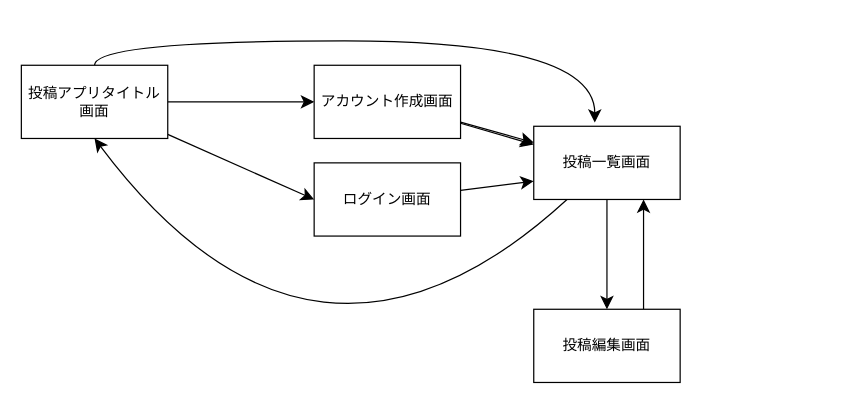
yoko-bessho/post-app-practice keeps this draw.io diagram as docs/13-3/post-screen-flow.drawio. Above is the earlier version. Source tidied: cells renumbered, new cells numbered last; positions are measured from the earlier drawing's top-left corner, leaving out a move shared by most shapes. Both pictures are drawn from the tidied source at 122%, with x=0, y=0 at pixel (21, 40).
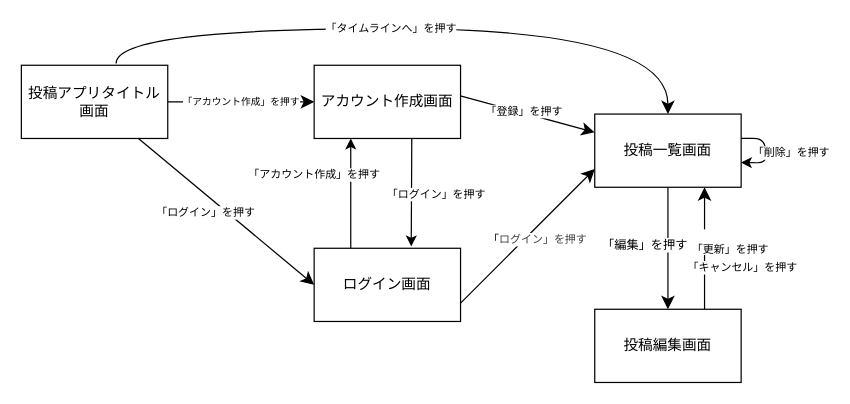
The same diagram, later.

Commit message (it also covers changes not shown here):
13-3: 投稿アプリの画面遷移ずを修正

Unchanged cells that the change refers to:
```xml
<mxCell id="11" value="アカウント作成画面" style="rounded=0;whiteSpace=wrap;html=1;" parent="1" vertex="1">
  <mxGeometry x="240" y="20" width="120" height="60" as="geometry" />
</mxCell>
<mxCell id="15" value="投稿アプリタイトル画面" style="rounded=0;whiteSpace=wrap;html=1;" parent="1" vertex="1">
  <mxGeometry y="20" width="120" height="60" as="geometry" />
</mxCell>
```

What changed in the source:
```diff
@@
-    <mxCell id="2" style="edgeStyle=none;curved=1;rounded=0;curveGeometry=1;jettySize=auto;html=1;entryX=0.75;entryY=1;entryDx=0;entryDy=0;fontSize=12;defaultLabelBackgroundColor=page;labelPadding=0 4;startSize=8;endSize=8;exitX=0.75;exitY=0;exitDx=0;exitDy=0;" parent="1" edge="1" source="3" target="6">
+    <mxCell id="2" style="edgeStyle=none;curved=1;rounded=0;curveGeometry=1;jettySize=auto;html=1;entryX=0.75;entryY=1;entryDx=0;entryDy=0;fontSize=9;defaultLabelBackgroundColor=page;labelPadding=0 4;startSize=8;endSize=8;exitX=0.75;exitY=0;exitDx=0;exitDy=0;" parent="1" edge="1" source="3" target="6">
       <mxGeometry relative="1" as="geometry" />
     </mxCell>
+    <mxCell id="16" value="「キャンセル」を押す" style="edgeLabel;html=1;align=center;verticalAlign=middle;inheritText=1;fontSize=9;defaultLabelBackgroundColor=page;labelPadding=0 4;" parent="2" vertex="1">
+      <mxGeometry x="0.01" relative="1" as="geometry">
+        <mxPoint x="30" y="16" as="offset" />
+      </mxGeometry>
+    </mxCell>
+    <mxCell id="17" value="&lt;div&gt;&lt;br&gt;&lt;/div&gt;&lt;div&gt;「更新」を押す&lt;/div&gt;" style="edgeLabel;html=1;align=center;verticalAlign=middle;inheritText=1;fontSize=9;defaultLabelBackgroundColor=page;labelPadding=0 4;" parent="2" vertex="1">
+      <mxGeometry x="0.09" y="2" relative="1" as="geometry">
+        <mxPoint x="22" y="-1" as="offset" />
+      </mxGeometry>
+    </mxCell>
     <mxCell id="3" value="投稿編集画面" style="rounded=0;whiteSpace=wrap;html=1;" parent="1" vertex="1">
-      <mxGeometry x="420" y="220" width="120" height="60" as="geometry" />
+      <mxGeometry x="470" y="220" width="120" height="60" as="geometry" />
     </mxCell>
-    <mxCell id="4" style="edgeStyle=none;curved=1;rounded=0;curveGeometry=1;jettySize=auto;html=1;entryX=0.5;entryY=1;entryDx=0;entryDy=0;fontSize=12;defaultLabelBackgroundColor=page;labelPadding=0 4;startSize=8;endSize=8;" parent="1" edge="1" source="6" target="15">
-      <mxGeometry relative="1" as="geometry">
-        <Array as="points">
-          <mxPoint x="240" y="320" />
-        </Array>
-      </mxGeometry>
-    </mxCell>
-    <mxCell id="5" style="edgeStyle=none;curved=1;rounded=0;curveGeometry=1;jettySize=auto;html=1;entryX=0.5;entryY=0;entryDx=0;entryDy=0;fontSize=12;defaultLabelBackgroundColor=page;labelPadding=0 4;startSize=8;endSize=8;" parent="1" edge="1" source="6" target="3">
+    <mxCell id="5" style="edgeStyle=none;curved=1;rounded=0;curveGeometry=1;jettySize=auto;html=1;entryX=0.5;entryY=0;entryDx=0;entryDy=0;fontSize=10;defaultLabelBackgroundColor=page;labelPadding=0 4;startSize=8;endSize=8;" parent="1" edge="1" source="6" target="3">
       <mxGeometry relative="1" as="geometry" />
     </mxCell>
+    <mxCell id="18" value="「編集」を押す" style="edgeLabel;html=1;align=center;verticalAlign=middle;inheritText=1;fontSize=10;defaultLabelBackgroundColor=page;labelPadding=0 4;" parent="5" vertex="1">
+      <mxGeometry x="-0.09" y="-2" relative="1" as="geometry">
+        <mxPoint x="-18" as="offset" />
+      </mxGeometry>
+    </mxCell>
     <mxCell id="6" value="投稿一覧画面" style="rounded=0;whiteSpace=wrap;html=1;" parent="1" vertex="1">
-      <mxGeometry x="420" y="70" width="120" height="60" as="geometry" />
+      <mxGeometry x="470" y="60" width="120" height="60" as="geometry" />
     </mxCell>
-    <mxCell id="7" style="edgeStyle=none;curved=1;rounded=0;curveGeometry=1;jettySize=auto;html=1;entryX=0;entryY=0.75;entryDx=0;entryDy=0;fontSize=12;defaultLabelBackgroundColor=page;labelPadding=0 4;startSize=8;endSize=8;" parent="1" edge="1" source="8" target="6">
+    <mxCell id="7" style="edgeStyle=none;curved=1;rounded=0;curveGeometry=1;jettySize=auto;html=1;entryX=0;entryY=0.75;entryDx=0;entryDy=0;fontSize=9;defaultLabelBackgroundColor=page;labelPadding=0 4;startSize=8;endSize=8;exitX=1;exitY=0.75;exitDx=0;exitDy=0;" parent="1" edge="1" source="8" target="6">
       <mxGeometry relative="1" as="geometry" />
     </mxCell>
+    <mxCell id="19" value="「&lt;span style=&quot;background-color: transparent; color: rgb(63, 63, 63);&quot;&gt;ログイン」を押す&lt;/span&gt;" style="edgeLabel;html=1;align=center;verticalAlign=middle;inheritText=1;fontSize=9;defaultLabelBackgroundColor=page;labelPadding=0 4;" parent="7" vertex="1">
+      <mxGeometry x="-0.07" relative="1" as="geometry">
+        <mxPoint x="12" y="-2" as="offset" />
+      </mxGeometry>
+    </mxCell>
+    <mxCell id="20" value="「アカウント作成」を押す" style="edgeStyle=none;html=1;entryX=0.5;entryY=1;entryDx=0;entryDy=0;fontSize=9;exitX=0.25;exitY=0;exitDx=0;exitDy=0;" parent="1" edge="1" source="8">
+      <mxGeometry x="0.33" y="30" relative="1" as="geometry">
+        <mxPoint x="270" y="80" as="targetPoint" />
+      </mxGeometry>
+    </mxCell>
     <mxCell id="8" value="ログイン画面" style="rounded=0;whiteSpace=wrap;html=1;" parent="1" vertex="1">
-      <mxGeometry x="240" y="100" width="120" height="60" as="geometry" />
+      <mxGeometry x="240" y="170" width="120" height="60" as="geometry" />
     </mxCell>
-    <mxCell id="9" style="edgeStyle=none;curved=1;rounded=0;curveGeometry=1;jettySize=auto;html=1;entryX=0;entryY=0.25;entryDx=0;entryDy=0;fontSize=12;defaultLabelBackgroundColor=page;labelPadding=0 4;startSize=8;endSize=8;" parent="1" edge="1" source="11" target="6">
+    <mxCell id="9" style="edgeStyle=none;curved=1;rounded=0;curveGeometry=1;jettySize=auto;html=1;entryX=0;entryY=0.25;entryDx=0;entryDy=0;fontSize=9;defaultLabelBackgroundColor=page;labelPadding=0 4;startSize=8;endSize=8;exitX=0.999;exitY=0.417;exitDx=0;exitDy=0;exitPerimeter=0;" parent="1" edge="1" source="11" target="6">
       <mxGeometry relative="1" as="geometry" />
     </mxCell>
-    <mxCell id="10" style="edgeStyle=none;curved=1;rounded=0;curveGeometry=1;jettySize=auto;html=1;fontSize=12;defaultLabelBackgroundColor=page;labelPadding=0 4;startSize=8;endSize=8;" parent="1" edge="1" source="11" target="6">
-      <mxGeometry relative="1" as="geometry" />
-    </mxCell>
+    <mxCell id="21" value="「登録」を押す" style="edgeLabel;html=1;align=center;verticalAlign=middle;inheritText=1;fontSize=9;defaultLabelBackgroundColor=page;labelPadding=0 4;" parent="9" vertex="1">
+      <mxGeometry x="-0.07" y="1" relative="1" as="geometry" />
+    </mxCell>
+    <mxCell id="22" style="edgeStyle=none;html=1;entryX=0.663;entryY=-0.025;entryDx=0;entryDy=0;fontSize=9;entryPerimeter=0;" parent="1" edge="1" target="8">
+      <mxGeometry x="-0.55" relative="1" as="geometry">
+        <mxPoint x="320" y="80" as="sourcePoint" />
+        <Array as="points">
+          <mxPoint x="320" y="90" />
+        </Array>
+      </mxGeometry>
+    </mxCell>
+    <mxCell id="23" value="「ログイン」を押す" style="edgeLabel;html=1;align=center;verticalAlign=middle;inheritText=1;fontSize=9;" parent="22" vertex="1">
+      <mxGeometry x="-0.57" y="1" relative="1" as="geometry">
+        <mxPoint x="19" y="26" as="offset" />
+      </mxGeometry>
+    </mxCell>
@@
-    <mxCell id="12" style="edgeStyle=none;curved=1;rounded=0;curveGeometry=1;jettySize=auto;html=1;entryX=0;entryY=0.5;entryDx=0;entryDy=0;fontSize=12;defaultLabelBackgroundColor=page;labelPadding=0 4;startSize=8;endSize=8;exitX=1;exitY=0.5;exitDx=0;exitDy=0;" parent="1" edge="1" source="15" target="11">
+    <mxCell id="12" value="「アカウント作成」を押す" style="edgeStyle=none;curved=1;rounded=0;curveGeometry=1;jettySize=auto;html=1;entryX=0;entryY=0.5;entryDx=0;entryDy=0;fontSize=8;defaultLabelBackgroundColor=page;labelPadding=0 4;startSize=8;endSize=8;exitX=1;exitY=0.5;exitDx=0;exitDy=0;" parent="1" edge="1" source="15" target="11">
       <mxGeometry relative="1" as="geometry" />
     </mxCell>
-    <mxCell id="13" style="edgeStyle=none;curved=1;rounded=0;curveGeometry=1;jettySize=auto;html=1;entryX=0;entryY=0.5;entryDx=0;entryDy=0;fontSize=12;defaultLabelBackgroundColor=page;labelPadding=0 4;startSize=8;endSize=8;" parent="1" edge="1" source="15" target="8">
+    <mxCell id="13" style="edgeStyle=none;curved=1;rounded=0;curveGeometry=1;jettySize=auto;html=1;entryX=0;entryY=0.5;entryDx=0;entryDy=0;fontSize=9;defaultLabelBackgroundColor=page;labelPadding=0 4;startSize=8;endSize=8;" parent="1" edge="1" source="15" target="8">
       <mxGeometry relative="1" as="geometry" />
     </mxCell>
+    <mxCell id="24" value="「ログイン」を押す" style="edgeLabel;html=1;align=center;verticalAlign=middle;inheritText=1;fontSize=9;defaultLabelBackgroundColor=page;labelPadding=0 4;" parent="13" vertex="1">
+      <mxGeometry x="-0.18" relative="1" as="geometry">
+        <mxPoint x="-5" y="11" as="offset" />
+      </mxGeometry>
+    </mxCell>
-    <mxCell id="14" style="edgeStyle=orthogonalEdgeStyle;rounded=0;jettySize=auto;html=1;fontSize=12;defaultLabelBackgroundColor=page;labelPadding=0 4;startSize=8;endSize=8;entryX=0.417;entryY=-0.05;entryDx=0;entryDy=0;entryPerimeter=0;curved=1;curveGeometry=1;" parent="1" edge="1" source="15" target="6">
-      <mxGeometry relative="1" as="geometry">
+    <mxCell id="14" style="edgeStyle=orthogonalEdgeStyle;rounded=0;jettySize=auto;html=1;fontSize=9;defaultLabelBackgroundColor=page;labelPadding=0 4;startSize=8;endSize=8;entryX=0.5;entryY=0;entryDx=0;entryDy=0;curved=1;curveGeometry=1;exitX=0.647;exitY=-0.025;exitDx=0;exitDy=0;exitPerimeter=0;" parent="1" edge="1" source="15" target="6">
+      <mxGeometry x="0.02" relative="1" as="geometry">
         <Array as="points">
-          <mxPoint x="60" />
-          <mxPoint x="470" />
+          <mxPoint x="77.6" y="-10" />
+          <mxPoint x="530" y="-10" />
         </Array>
       </mxGeometry>
     </mxCell>
+    <mxCell id="25" value="「タイムラインへ」を押す" style="edgeLabel;html=1;align=center;verticalAlign=middle;inheritText=1;fontSize=9;defaultLabelBackgroundColor=page;labelPadding=0 4;" parent="14" vertex="1">
+      <mxGeometry x="-0.08" y="1" relative="1" as="geometry" />
+    </mxCell>
@@
+    <mxCell id="26" style="edgeStyle=orthogonalEdgeStyle;html=1;innerLoopWaypoints=1;entryX=0.998;entryY=0.662;entryDx=0;entryDy=0;entryPerimeter=0;fontSize=9;" parent="1" edge="1" source="6" target="6">
+      <mxGeometry relative="1" as="geometry" />
+    </mxCell>
+    <mxCell id="27" value="「削除」を押す" style="edgeLabel;html=1;align=center;verticalAlign=middle;inheritText=1;fontSize=9;" parent="26" vertex="1">
+      <mxGeometry x="-0.12" y="1" relative="1" as="geometry">
+        <mxPoint x="19" y="4" as="offset" />
+      </mxGeometry>
+    </mxCell>
```
